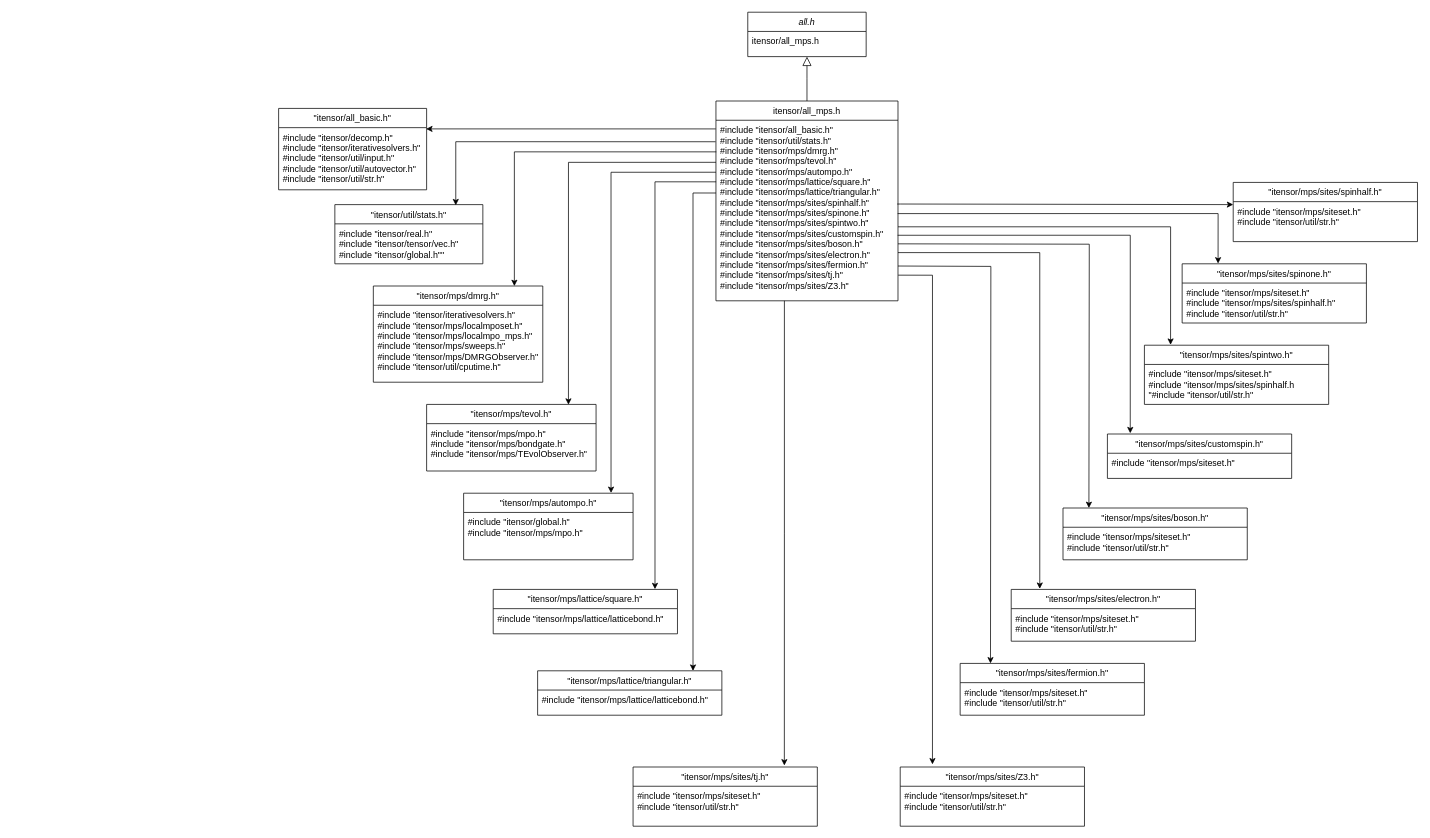
Above: Untitled Diagram.drawio in kbidzhiev/HardCoreBosons (draw.io), before the change. Source tidied: cells renumbered, new cells numbered last; positions are measured from the earlier drawing's top-left corner, leaving out a move shared by most shapes. Both pictures are drawn from the tidied source at 74%, with x=0, y=0 at pixel (278, 12).
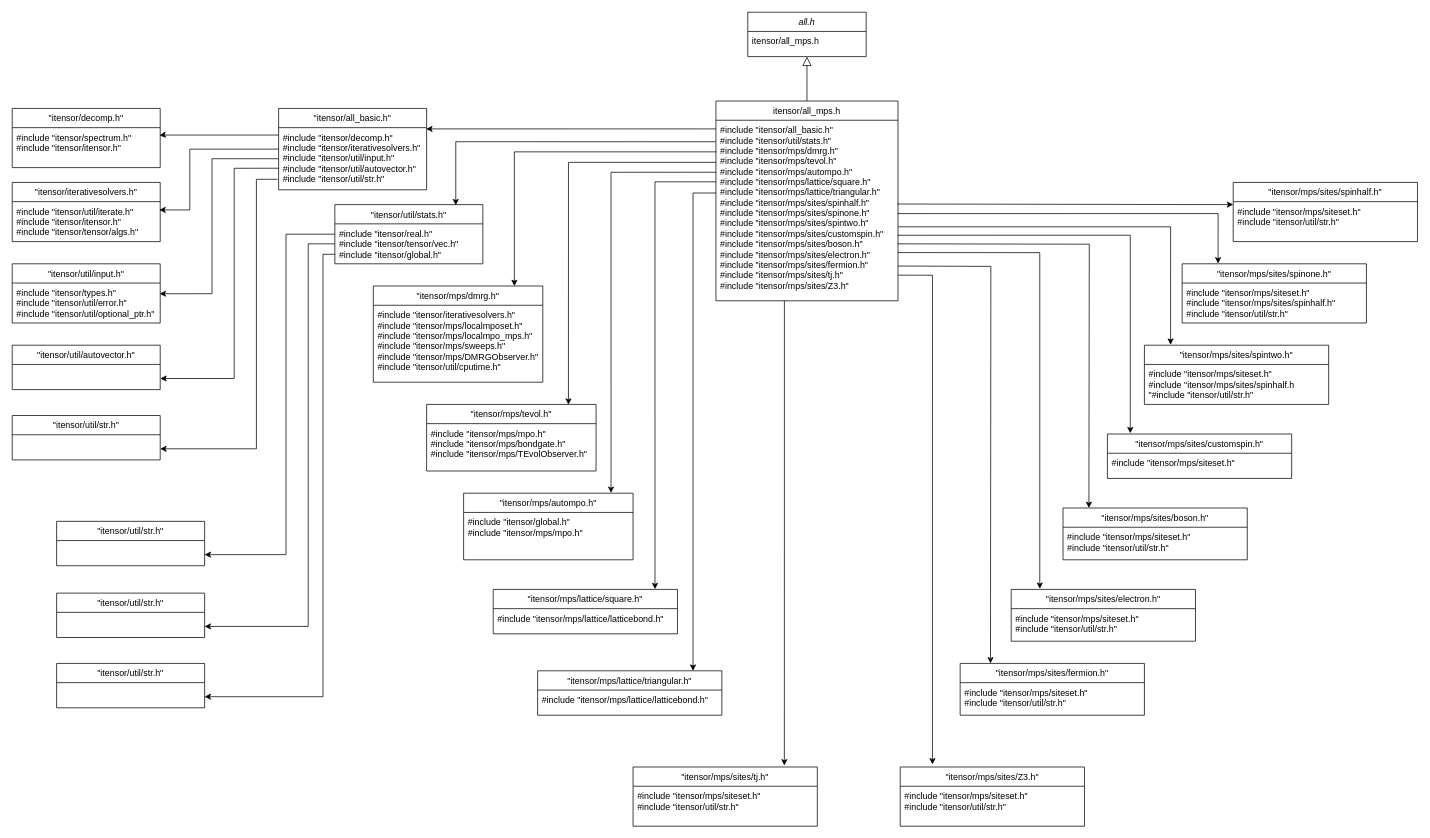
The same diagram, later.

The change refers to these unchanged cells:
```xml
<mxCell id="8" value="&quot;itensor/all_basic.h&quot;" style="swimlane;fontStyle=0;align=center;verticalAlign=top;horizontal=1;startSize=26;rounded=0;shadow=0;strokeWidth=1;" parent="1" vertex="1">
  <mxGeometry y="130" width="200" height="110" as="geometry" />
</mxCell>
<mxCell id="9" value="#include &quot;itensor/decomp.h&quot;&#10;#include &quot;itensor/iterativesolvers.h&quot;&#10;#include &quot;itensor/util/input.h&quot;&#10;#include &quot;itensor/util/autovector.h&quot;&#10;#include &quot;itensor/util/str.h&quot;" style="text;align=left;verticalAlign=top;spacingLeft=4;spacingRight=4;overflow=hidden;points=[[0,0.5],[1,0.5]];portConstraint=eastwest;" parent="8" vertex="1">
  <mxGeometry y="26" width="200" height="84" as="geometry" />
</mxCell>
<mxCell id="11" value="&quot;itensor/util/stats.h&quot;" style="swimlane;fontStyle=0;align=center;verticalAlign=top;horizontal=1;startSize=26;rounded=0;shadow=0;strokeWidth=1;" parent="1" vertex="1">
  <mxGeometry x="76" y="260" width="200" height="80" as="geometry" />
</mxCell>
```

What changed in the source:
```diff
@@
+    <mxCell id="55" style="edgeStyle=orthogonalEdgeStyle;rounded=0;jettySize=auto;html=1;exitX=0;exitY=0.5;exitDx=0;exitDy=0;entryX=0.994;entryY=0.207;entryDx=0;entryDy=0;entryPerimeter=0;" parent="1" edge="1" source="8" target="60">
+      <mxGeometry relative="1" as="geometry">
+        <Array as="points">
+          <mxPoint x="-120" y="185" />
+          <mxPoint x="-120" y="267" />
+        </Array>
+      </mxGeometry>
+    </mxCell>
@@
-    <mxCell id="12" value="#include &quot;itensor/real.h&quot;&#10;#include &quot;itensor/tensor/vec.h&quot;&#10;#include &quot;itensor/global.h&quot;&quot;" style="text;align=left;verticalAlign=top;spacingLeft=4;spacingRight=4;overflow=hidden;points=[[0,0.5],[1,0.5]];portConstraint=eastwest;" parent="11" vertex="1">
+    <mxCell id="12" value="#include &quot;itensor/real.h&quot;&#10;#include &quot;itensor/tensor/vec.h&quot;&#10;#include &quot;itensor/global.h&quot;" style="text;align=left;verticalAlign=top;spacingLeft=4;spacingRight=4;overflow=hidden;points=[[0,0.5],[1,0.5]];portConstraint=eastwest;" parent="11" vertex="1">
       <mxGeometry y="26" width="200" height="54" as="geometry" />
     </mxCell>
@@
+    <mxCell id="56" value="&quot;itensor/decomp.h&quot;" style="swimlane;fontStyle=0;align=center;verticalAlign=top;horizontal=1;startSize=26;rounded=0;shadow=0;strokeWidth=1;" parent="1" vertex="1">
+      <mxGeometry x="-360" y="130" width="200" height="80" as="geometry" />
+    </mxCell>
+    <mxCell id="57" value="#include &quot;itensor/spectrum.h&quot;&#10;#include &quot;itensor/itensor.h&quot;" style="text;align=left;verticalAlign=top;spacingLeft=4;spacingRight=4;overflow=hidden;points=[[0,0.5],[1,0.5]];portConstraint=eastwest;" parent="56" vertex="1">
+      <mxGeometry y="26" width="200" height="54" as="geometry" />
+    </mxCell>
+    <mxCell id="58" style="edgeStyle=orthogonalEdgeStyle;rounded=0;jettySize=auto;html=1;entryX=0.995;entryY=0.194;entryDx=0;entryDy=0;entryPerimeter=0;" parent="1" edge="1" target="57">
+      <mxGeometry relative="1" as="geometry">
+        <mxPoint y="166" as="sourcePoint" />
+        <Array as="points">
+          <mxPoint x="-157" y="166" />
+        </Array>
+      </mxGeometry>
+    </mxCell>
+    <mxCell id="59" value="&quot;itensor/iterativesolvers.h&quot;" style="swimlane;fontStyle=0;align=center;verticalAlign=top;horizontal=1;startSize=26;rounded=0;shadow=0;strokeWidth=1;" parent="1" vertex="1">
+      <mxGeometry x="-360" y="230" width="200" height="80" as="geometry" />
+    </mxCell>
+    <mxCell id="60" value="#include &quot;itensor/util/iterate.h&quot;&#10;#include &quot;itensor/itensor.h&quot;&#10;#include &quot;itensor/tensor/algs.h&quot;" style="text;align=left;verticalAlign=top;spacingLeft=4;spacingRight=4;overflow=hidden;points=[[0,0.5],[1,0.5]];portConstraint=eastwest;" parent="59" vertex="1">
+      <mxGeometry y="26" width="200" height="54" as="geometry" />
+    </mxCell>
+    <mxCell id="61" value="&quot;itensor/util/input.h&quot;" style="swimlane;fontStyle=0;align=center;verticalAlign=top;horizontal=1;startSize=26;rounded=0;shadow=0;strokeWidth=1;" parent="1" vertex="1">
+      <mxGeometry x="-360" y="340" width="200" height="80" as="geometry" />
+    </mxCell>
+    <mxCell id="62" value="#include &quot;itensor/types.h&quot;&#10;#include &quot;itensor/util/error.h&quot;&#10;#include &quot;itensor/util/optional_ptr.h&quot;" style="text;align=left;verticalAlign=top;spacingLeft=4;spacingRight=4;overflow=hidden;points=[[0,0.5],[1,0.5]];portConstraint=eastwest;" parent="61" vertex="1">
+      <mxGeometry y="26" width="200" height="54" as="geometry" />
+    </mxCell>
+    <mxCell id="63" style="edgeStyle=orthogonalEdgeStyle;rounded=0;jettySize=auto;html=1;exitX=0;exitY=0.5;exitDx=0;exitDy=0;entryX=0.996;entryY=0.267;entryDx=0;entryDy=0;entryPerimeter=0;" parent="1" edge="1" source="9" target="62">
+      <mxGeometry relative="1" as="geometry">
+        <Array as="points">
+          <mxPoint x="-90" y="198" />
+          <mxPoint x="-90" y="380" />
+        </Array>
+      </mxGeometry>
+    </mxCell>
+    <mxCell id="64" value="&quot;itensor/util/autovector.h&quot;" style="swimlane;fontStyle=0;align=center;verticalAlign=top;horizontal=1;startSize=26;rounded=0;shadow=0;strokeWidth=1;" parent="1" vertex="1">
+      <mxGeometry x="-360" y="450" width="200" height="60" as="geometry" />
+    </mxCell>
+    <mxCell id="65" style="edgeStyle=orthogonalEdgeStyle;rounded=0;jettySize=auto;html=1;exitX=0.002;exitY=0.653;exitDx=0;exitDy=0;exitPerimeter=0;" parent="1" edge="1" source="9">
+      <mxGeometry relative="1" as="geometry">
+        <mxPoint x="-160" y="495" as="targetPoint" />
+        <Array as="points">
+          <mxPoint x="-60" y="211" />
+          <mxPoint x="-60" y="495" />
+        </Array>
+      </mxGeometry>
+    </mxCell>
+    <mxCell id="66" value="&quot;itensor/util/str.h&quot;" style="swimlane;fontStyle=0;align=center;verticalAlign=top;horizontal=1;startSize=26;rounded=0;shadow=0;strokeWidth=1;" parent="1" vertex="1">
+      <mxGeometry x="-360" y="545" width="200" height="60" as="geometry" />
+    </mxCell>
+    <mxCell id="67" style="edgeStyle=orthogonalEdgeStyle;rounded=0;jettySize=auto;html=1;exitX=-0.007;exitY=0.831;exitDx=0;exitDy=0;entryX=1;entryY=0.75;entryDx=0;entryDy=0;exitPerimeter=0;" parent="1" edge="1" source="9" target="66">
+      <mxGeometry relative="1" as="geometry">
+        <Array as="points">
+          <mxPoint x="-30" y="226" />
+          <mxPoint x="-30" y="590" />
+        </Array>
+      </mxGeometry>
+    </mxCell>
+    <mxCell id="68" value="&quot;itensor/util/str.h&quot;" style="swimlane;fontStyle=0;align=center;verticalAlign=top;horizontal=1;startSize=26;rounded=0;shadow=0;strokeWidth=1;" parent="1" vertex="1">
+      <mxGeometry x="-300" y="688" width="200" height="60" as="geometry" />
+    </mxCell>
+    <mxCell id="69" value="&quot;itensor/util/str.h&quot;" style="swimlane;fontStyle=0;align=center;verticalAlign=top;horizontal=1;startSize=26;rounded=0;shadow=0;strokeWidth=1;" parent="1" vertex="1">
+      <mxGeometry x="-300" y="785" width="200" height="60" as="geometry" />
+    </mxCell>
+    <mxCell id="70" value="&quot;itensor/util/str.h&quot;" style="swimlane;fontStyle=0;align=center;verticalAlign=top;horizontal=1;startSize=26;rounded=0;shadow=0;strokeWidth=1;" parent="1" vertex="1">
+      <mxGeometry x="-300" y="880" width="200" height="60" as="geometry" />
+    </mxCell>
+    <mxCell id="71" style="edgeStyle=orthogonalEdgeStyle;rounded=0;jettySize=auto;html=1;entryX=1;entryY=0.75;entryDx=0;entryDy=0;" parent="1" edge="1" target="68">
+      <mxGeometry relative="1" as="geometry">
+        <mxPoint x="76" y="300" as="sourcePoint" />
+        <Array as="points">
+          <mxPoint x="10" y="300" />
+          <mxPoint x="10" y="733" />
+        </Array>
+      </mxGeometry>
+    </mxCell>
+    <mxCell id="72" style="edgeStyle=orthogonalEdgeStyle;rounded=0;jettySize=auto;html=1;exitX=0;exitY=0.5;exitDx=0;exitDy=0;entryX=1;entryY=0.75;entryDx=0;entryDy=0;" parent="1" edge="1" source="12" target="69">
+      <mxGeometry relative="1" as="geometry">
+        <Array as="points">
+          <mxPoint x="40" y="313" />
+          <mxPoint x="40" y="830" />
+        </Array>
+      </mxGeometry>
+    </mxCell>
+    <mxCell id="73" style="edgeStyle=orthogonalEdgeStyle;rounded=0;jettySize=auto;html=1;exitX=0.002;exitY=0.762;exitDx=0;exitDy=0;entryX=1;entryY=0.75;entryDx=0;entryDy=0;exitPerimeter=0;" parent="1" edge="1" source="12" target="70">
+      <mxGeometry relative="1" as="geometry">
+        <Array as="points">
+          <mxPoint x="60" y="327" />
+          <mxPoint x="60" y="925" />
+        </Array>
+      </mxGeometry>
+    </mxCell>
```
